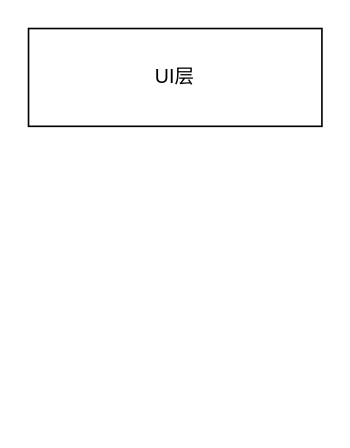
This is SimpleFTP_framework.drawio from FayeRingo/SimpleFTP, a draw.io file, before an edit. Source tidied: cells renumbered, new cells numbered last; positions are measured from the earlier drawing's top-left corner, leaving out a move shared by most shapes. Both pictures are drawn from the tidied source at 163%, with x=0, y=0 at pixel (28, 28).
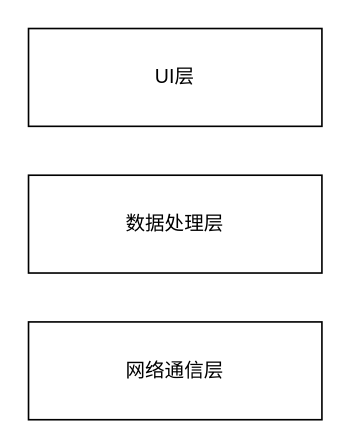
Above is the later version.

Diff of the diagram source:
```diff
@@
 <mxGraphModel>
   <root>
     <mxCell id="0" />
     <mxCell id="1" parent="0" />
     <mxCell id="2" value="UI层" style="rounded=0;whiteSpace=wrap;html=1;" parent="1" vertex="1">
       <mxGeometry width="180" height="60" as="geometry" />
     </mxCell>
+    <mxCell id="3" value="网络通信层" style="rounded=0;whiteSpace=wrap;html=1;" parent="1" vertex="1">
+      <mxGeometry y="180" width="180" height="60" as="geometry" />
+    </mxCell>
+    <mxCell id="4" value="数据处理层" style="rounded=0;whiteSpace=wrap;html=1;" parent="1" vertex="1">
+      <mxGeometry y="90" width="180" height="60" as="geometry" />
+    </mxCell>
   </root>
 </mxGraphModel>
```
